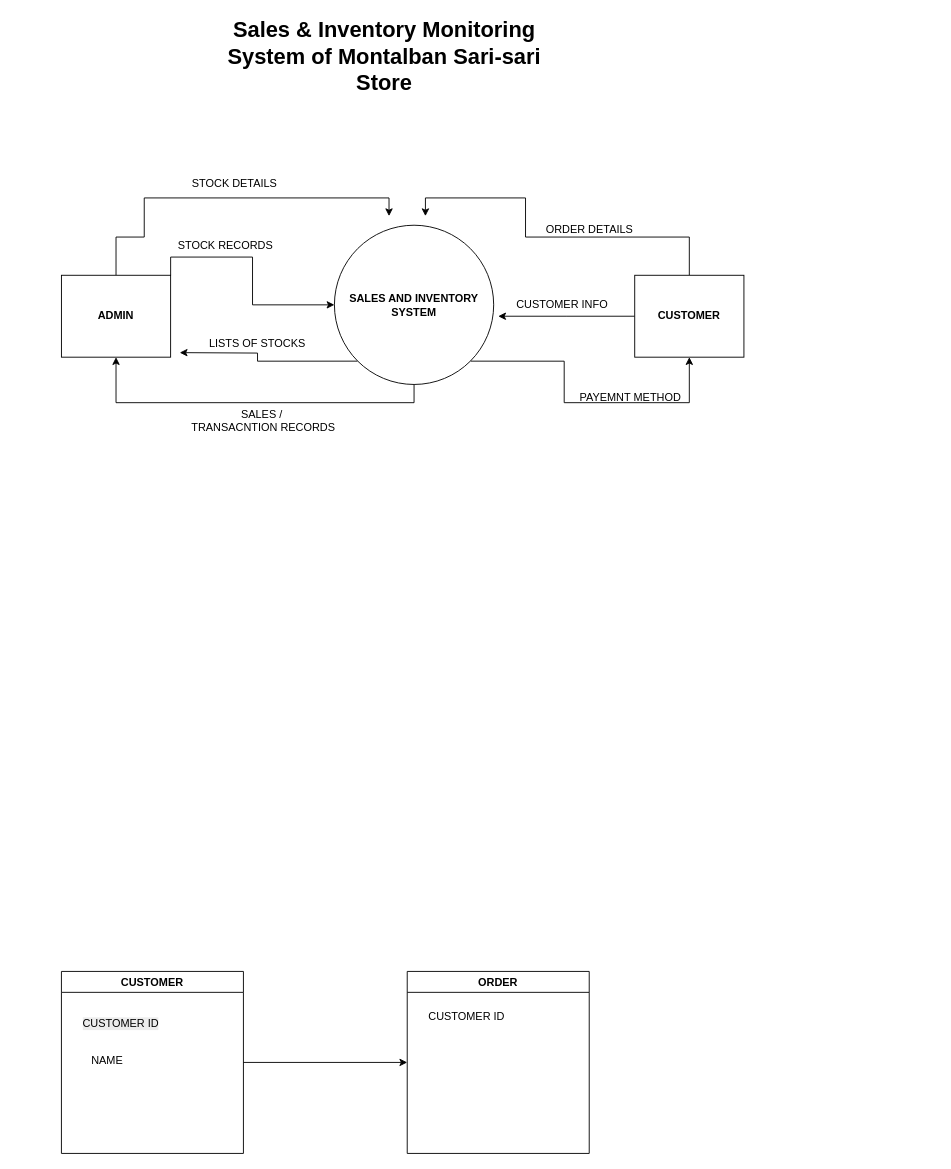
Earlier version of the draw.io diagram LANORIAS_REYNALDO_BSIT-2D_BATCH1 - Copy.drawio (reynoobie/updatedpos). Source tidied: cells renumbered, new cells numbered last; positions are measured from the earlier drawing's top-left corner, leaving out a move shared by most shapes. Both pictures are drawn from the tidied source at 91%, with x=0, y=0 at pixel (61, 43).
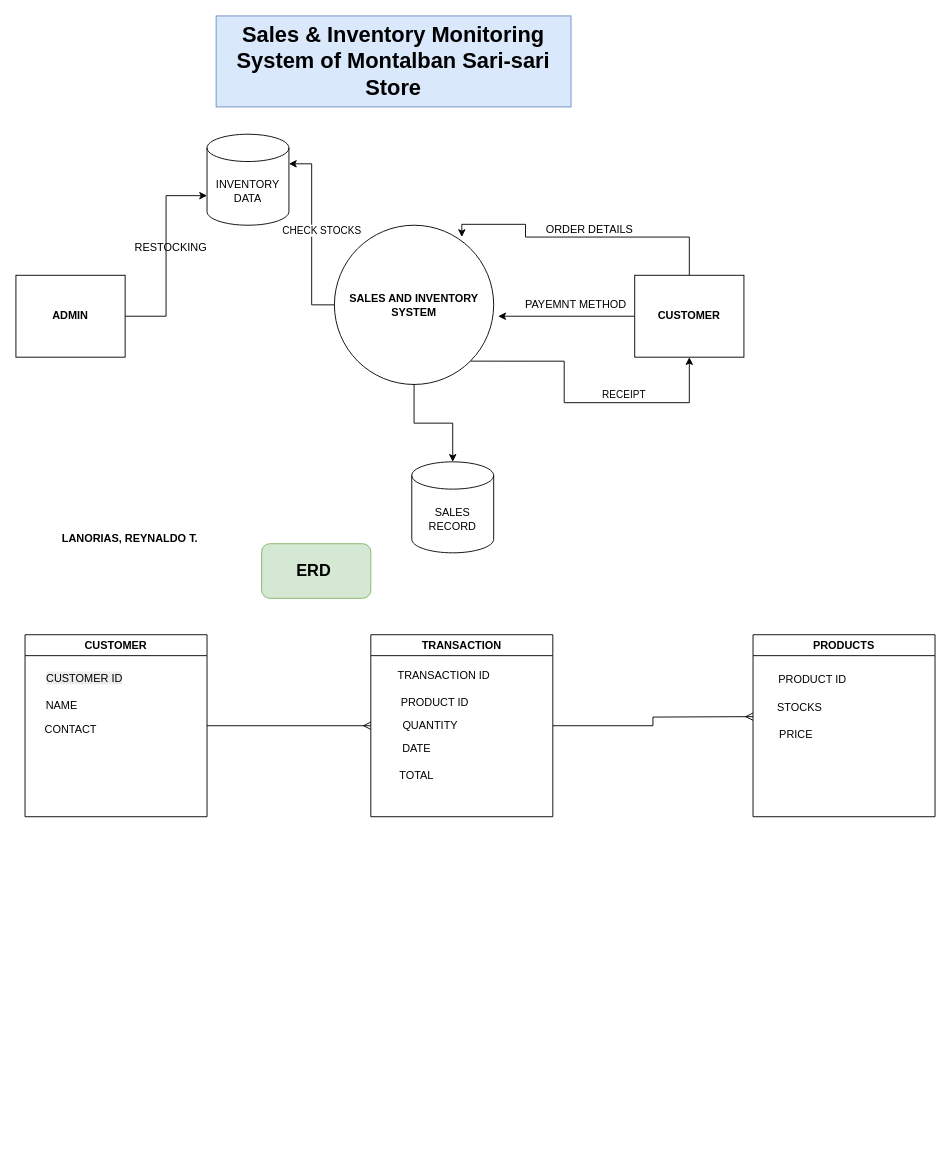
The same diagram, later.

Unchanged cells that the change refers to:
```xml
<mxCell id="5" value="&lt;b&gt;CUSTOMER&lt;/b&gt;" style="rounded=0;whiteSpace=wrap;html=1;" parent="1" vertex="1">
  <mxGeometry x="630" y="255" width="120" height="90" as="geometry" />
</mxCell>
<mxCell id="7" style="edgeStyle=orthogonalEdgeStyle;rounded=0;jettySize=auto;html=1;exitX=1;exitY=1;exitDx=0;exitDy=0;entryX=0.5;entryY=1;entryDx=0;entryDy=0;" parent="1" edge="1" source="9" target="5">
  <mxGeometry relative="1" as="geometry" />
</mxCell>
<mxCell id="9" value="&lt;b&gt;SALES AND INVENTORY SYSTEM&lt;/b&gt;" style="ellipse;whiteSpace=wrap;html=1;" parent="1" vertex="1">
  <mxGeometry x="300" y="200" width="175" height="175" as="geometry" />
</mxCell>
```

Diff of the diagram source:
```diff
@@
-    <mxCell id="2" value="&lt;b&gt;&lt;font style=&quot;font-size: 24px;&quot;&gt;Sales &amp;amp; Inventory Monitoring System of Montalban Sari-sari Store&lt;/font&gt;&lt;/b&gt;" style="text;html=1;align=center;verticalAlign=middle;whiteSpace=wrap;rounded=0;" parent="1" vertex="1">
-      <mxGeometry x="160" width="390" height="30" as="geometry" />
+    <mxCell id="2" value="&lt;b&gt;&lt;font style=&quot;font-size: 24px;&quot;&gt;Sales &amp;amp; Inventory Monitoring System of Montalban Sari-sari Store&lt;/font&gt;&lt;/b&gt;" style="text;html=1;align=center;verticalAlign=middle;whiteSpace=wrap;rounded=0;fillColor=#dae8fc;strokeColor=#6c8ebf;" parent="1" vertex="1">
+      <mxGeometry x="170" y="-30" width="390" height="100" as="geometry" />
     </mxCell>
@@
-    <mxCell id="4" style="edgeStyle=orthogonalEdgeStyle;rounded=0;jettySize=auto;html=1;" parent="1" edge="1" source="5">
+    <mxCell id="4" style="edgeStyle=orthogonalEdgeStyle;rounded=0;jettySize=auto;html=1;entryX=0.8;entryY=0.074;entryDx=0;entryDy=0;entryPerimeter=0;" parent="1" edge="1" source="5" target="9">
       <mxGeometry relative="1" as="geometry">
-        <mxPoint x="400" y="190" as="targetPoint" />
         <Array as="points">
           <mxPoint x="690" y="213" />
           <mxPoint x="510" y="213" />
-          <mxPoint x="510" y="170" />
+          <mxPoint x="510" y="199" />
+          <mxPoint x="440" y="199" />
         </Array>
       </mxGeometry>
     </mxCell>
@@
-    <mxCell id="6" style="edgeStyle=orthogonalEdgeStyle;rounded=0;jettySize=auto;html=1;exitX=0;exitY=1;exitDx=0;exitDy=0;" parent="1" edge="1" source="9">
-      <mxGeometry relative="1" as="geometry">
-        <mxPoint x="130" y="340" as="targetPoint" />
-      </mxGeometry>
-    </mxCell>
@@
-    <mxCell id="8" style="edgeStyle=orthogonalEdgeStyle;rounded=0;jettySize=auto;html=1;exitX=0.5;exitY=1;exitDx=0;exitDy=0;entryX=0.5;entryY=1;entryDx=0;entryDy=0;" parent="1" edge="1" source="9" target="12">
-      <mxGeometry relative="1" as="geometry" />
-    </mxCell>
+    <mxCell id="26" value="RECEIPT" style="edgeLabel;html=1;align=center;verticalAlign=middle;" parent="7" vertex="1">
+      <mxGeometry x="0.27" y="10" relative="1" as="geometry" />
+    </mxCell>
@@
-    <mxCell id="10" style="edgeStyle=orthogonalEdgeStyle;rounded=0;jettySize=auto;html=1;" parent="1" edge="1" source="12">
-      <mxGeometry relative="1" as="geometry">
-        <mxPoint x="360" y="190" as="targetPoint" />
-        <Array as="points">
-          <mxPoint x="60" y="213" />
-          <mxPoint x="91" y="213" />
-          <mxPoint x="91" y="170" />
-        </Array>
-      </mxGeometry>
-    </mxCell>
-    <mxCell id="11" style="edgeStyle=orthogonalEdgeStyle;rounded=0;jettySize=auto;html=1;exitX=1;exitY=0;exitDx=0;exitDy=0;" parent="1" edge="1" source="12" target="9">
-      <mxGeometry relative="1" as="geometry" />
-    </mxCell>
     <mxCell id="12" value="&lt;b&gt;ADMIN&lt;/b&gt;" style="rounded=0;whiteSpace=wrap;html=1;" parent="1" vertex="1">
-      <mxGeometry y="255" width="120" height="90" as="geometry" />
+      <mxGeometry x="-50" y="255" width="120" height="90" as="geometry" />
     </mxCell>
@@
-    <mxCell id="14" value="CUSTOMER INFO" style="text;html=1;align=center;verticalAlign=middle;strokeColor=none;fillColor=none;" parent="1" vertex="1">
-      <mxGeometry x="490" y="272.5" width="120" height="30" as="geometry" />
-    </mxCell>
     <mxCell id="15" value="PAYEMNT METHOD" style="text;html=1;align=center;verticalAlign=middle;strokeColor=none;fillColor=none;" parent="1" vertex="1">
-      <mxGeometry x="560" y="375" width="130" height="30" as="geometry" />
+      <mxGeometry x="500" y="272.5" width="130" height="30" as="geometry" />
     </mxCell>
-    <mxCell id="16" value="STOCK RECORDS" style="text;html=1;align=center;verticalAlign=middle;strokeColor=none;fillColor=none;" parent="1" vertex="1">
-      <mxGeometry x="115" y="208" width="130" height="30" as="geometry" />
-    </mxCell>
-    <mxCell id="17" value="LISTS OF STOCKS" style="text;html=1;align=center;verticalAlign=middle;strokeColor=none;fillColor=none;" parent="1" vertex="1">
-      <mxGeometry x="150" y="315" width="130" height="30" as="geometry" />
+    <mxCell id="17" value="RESTOCKING" style="text;html=1;align=center;verticalAlign=middle;strokeColor=none;fillColor=none;" parent="1" vertex="1">
+      <mxGeometry x="70" y="210" width="100" height="30" as="geometry" />
     </mxCell>
-    <mxCell id="18" value="STOCK DETAILS" style="text;html=1;align=center;verticalAlign=middle;strokeColor=none;fillColor=none;" parent="1" vertex="1">
-      <mxGeometry x="130" y="140" width="120" height="30" as="geometry" />
-    </mxCell>
-    <mxCell id="19" value="SALES /&lt;br&gt;&amp;nbsp;TRANSACNTION RECORDS" style="text;html=1;align=center;verticalAlign=middle;strokeColor=none;fillColor=none;" parent="1" vertex="1">
-      <mxGeometry x="130" y="395" width="180" height="40" as="geometry" />
-    </mxCell>
-    <mxCell id="20" style="edgeStyle=orthogonalEdgeStyle;rounded=0;jettySize=auto;html=1;exitX=1;exitY=0.5;exitDx=0;exitDy=0;entryX=0;entryY=0.5;entryDx=0;entryDy=0;" parent="1" edge="1" source="21" target="24">
+    <mxCell id="20" style="edgeStyle=orthogonalEdgeStyle;rounded=0;jettySize=auto;html=1;entryX=0;entryY=0.5;entryDx=0;entryDy=0;endArrow=ERmany;endFill=0;" parent="1" edge="1" source="21" target="24">
       <mxGeometry relative="1" as="geometry" />
     </mxCell>
     <mxCell id="21" value="CUSTOMER" style="swimlane;whiteSpace=wrap;html=1;" parent="1" vertex="1">
-      <mxGeometry y="1020" width="200" height="200" as="geometry" />
+      <mxGeometry x="-40" y="650" width="200" height="200" as="geometry" />
     </mxCell>
     <mxCell id="22" value="&lt;br&gt;&lt;span style=&quot;float: none; display: inline !important; color: rgb(0, 0, 0); background-color: rgb(236, 236, 236);&quot;&gt;CUSTOMER ID&lt;/span&gt;" style="text;html=1;align=center;verticalAlign=middle;strokeColor=none;fillColor=none;" parent="21" vertex="1">
-      <mxGeometry x="10" y="30" width="110" height="40" as="geometry" />
+      <mxGeometry x="10" y="20" width="110" height="40" as="geometry" />
     </mxCell>
     <mxCell id="23" value="&lt;br&gt;NAME" style="text;html=1;align=center;verticalAlign=middle;strokeColor=none;fillColor=none;" parent="21" vertex="1">
-      <mxGeometry x="20" y="70" width="60" height="40" as="geometry" />
+      <mxGeometry x="10" y="50" width="60" height="40" as="geometry" />
     </mxCell>
+    <mxCell id="27" value="CONTACT" style="text;html=1;align=center;verticalAlign=middle;strokeColor=none;fillColor=none;" parent="21" vertex="1">
+      <mxGeometry x="10" y="90" width="80" height="30" as="geometry" />
+    </mxCell>
-    <mxCell id="24" value="ORDER" style="swimlane;whiteSpace=wrap;html=1;" parent="1" vertex="1">
-      <mxGeometry x="380" y="1020" width="200" height="200" as="geometry" />
+    <mxCell id="24" value="TRANSACTION" style="swimlane;whiteSpace=wrap;html=1;" parent="1" vertex="1">
+      <mxGeometry x="340" y="650" width="200" height="200" as="geometry" />
     </mxCell>
-    <mxCell id="25" value="CUSTOMER ID" style="text;html=1;align=center;verticalAlign=middle;strokeColor=none;fillColor=none;" parent="24" vertex="1">
-      <mxGeometry x="10" y="35" width="110" height="30" as="geometry" />
+    <mxCell id="25" value="TRANSACTION ID" style="text;html=1;align=center;verticalAlign=middle;strokeColor=none;fillColor=none;" parent="24" vertex="1">
+      <mxGeometry x="20" y="30" width="120" height="30" as="geometry" />
     </mxCell>
+    <mxCell id="28" value="DATE" style="text;html=1;align=center;verticalAlign=middle;strokeColor=none;fillColor=none;" parent="24" vertex="1">
+      <mxGeometry x="25" y="110" width="50" height="30" as="geometry" />
+    </mxCell>
+    <mxCell id="29" value="TOTAL" style="text;html=1;align=center;verticalAlign=middle;strokeColor=none;fillColor=none;" parent="24" vertex="1">
+      <mxGeometry x="20" y="140" width="60" height="30" as="geometry" />
+    </mxCell>
+    <mxCell id="30" value="PRODUCT ID" style="text;html=1;align=center;verticalAlign=middle;strokeColor=none;fillColor=none;" parent="24" vertex="1">
+      <mxGeometry x="20" y="60" width="100" height="30" as="geometry" />
+    </mxCell>
+    <mxCell id="31" value="QUANTITY" style="text;html=1;align=center;verticalAlign=middle;strokeColor=none;fillColor=none;" parent="24" vertex="1">
+      <mxGeometry x="25" y="85" width="80" height="30" as="geometry" />
+    </mxCell>
+    <mxCell id="32" value="PRODUCTS" style="swimlane;whiteSpace=wrap;html=1;" parent="1" vertex="1">
+      <mxGeometry x="760" y="650" width="200" height="200" as="geometry" />
+    </mxCell>
+    <mxCell id="33" value="PRODUCT ID" style="text;html=1;align=center;verticalAlign=middle;strokeColor=none;fillColor=none;" parent="32" vertex="1">
+      <mxGeometry x="15" y="35" width="100" height="30" as="geometry" />
+    </mxCell>
+    <mxCell id="34" value="STOCKS" style="text;html=1;align=center;verticalAlign=middle;strokeColor=none;fillColor=none;" parent="32" vertex="1">
+      <mxGeometry x="16" y="65" width="70" height="30" as="geometry" />
+    </mxCell>
+    <mxCell id="35" value="PRICE" style="text;html=1;align=center;verticalAlign=middle;strokeColor=none;fillColor=none;" parent="32" vertex="1">
+      <mxGeometry x="17" y="95" width="60" height="30" as="geometry" />
+    </mxCell>
+    <mxCell id="36" value="SALES RECORD" style="shape=cylinder3;whiteSpace=wrap;html=1;boundedLbl=1;backgroundOutline=1;size=15;" parent="1" vertex="1">
+      <mxGeometry x="385" y="460" width="90" height="100" as="geometry" />
+    </mxCell>
+    <mxCell id="37" style="edgeStyle=orthogonalEdgeStyle;rounded=0;jettySize=auto;html=1;entryX=0.5;entryY=0;entryDx=0;entryDy=0;entryPerimeter=0;" parent="1" edge="1" source="9" target="36">
+      <mxGeometry relative="1" as="geometry" />
+    </mxCell>
+    <mxCell id="38" value="&lt;b&gt;LANORIAS, REYNALDO T.&lt;/b&gt;" style="text;html=1;align=center;verticalAlign=middle;strokeColor=none;fillColor=none;" parent="1" vertex="1">
+      <mxGeometry x="-10" y="530" width="170" height="30" as="geometry" />
+    </mxCell>
+    <mxCell id="39" value="&lt;b&gt;&lt;font style=&quot;font-size: 18px;&quot;&gt;ERD&amp;nbsp;&lt;/font&gt;&lt;/b&gt;" style="rounded=1;whiteSpace=wrap;html=1;fillColor=#d5e8d4;strokeColor=#82b366;" parent="1" vertex="1">
+      <mxGeometry x="220" y="550" width="120" height="60" as="geometry" />
+    </mxCell>
+    <mxCell id="40" value="INVENTORY DATA" style="shape=cylinder3;whiteSpace=wrap;html=1;boundedLbl=1;backgroundOutline=1;size=15;" parent="1" vertex="1">
+      <mxGeometry x="160" y="100" width="90" height="100" as="geometry" />
+    </mxCell>
+    <mxCell id="41" style="edgeStyle=orthogonalEdgeStyle;rounded=0;jettySize=auto;html=1;entryX=0;entryY=0;entryDx=0;entryDy=67.5;entryPerimeter=0;" parent="1" edge="1" source="12" target="40">
+      <mxGeometry relative="1" as="geometry" />
+    </mxCell>
+    <mxCell id="42" style="edgeStyle=orthogonalEdgeStyle;rounded=0;jettySize=auto;html=1;entryX=1;entryY=0;entryDx=0;entryDy=32.5;entryPerimeter=0;" parent="1" edge="1" source="9" target="40">
+      <mxGeometry relative="1" as="geometry" />
+    </mxCell>
+    <mxCell id="43" value="CHECK STOCKS" style="edgeLabel;html=1;align=center;verticalAlign=middle;" parent="42" vertex="1">
+      <mxGeometry x="0.15" y="-1" relative="1" as="geometry">
+        <mxPoint x="9" y="11" as="offset" />
+      </mxGeometry>
+    </mxCell>
+    <mxCell id="44" style="edgeStyle=orthogonalEdgeStyle;rounded=0;jettySize=auto;html=1;endArrow=ERmany;endFill=0;" parent="1" edge="1" source="24">
+      <mxGeometry relative="1" as="geometry">
+        <mxPoint x="760" y="740" as="targetPoint" />
+      </mxGeometry>
+    </mxCell>
```
